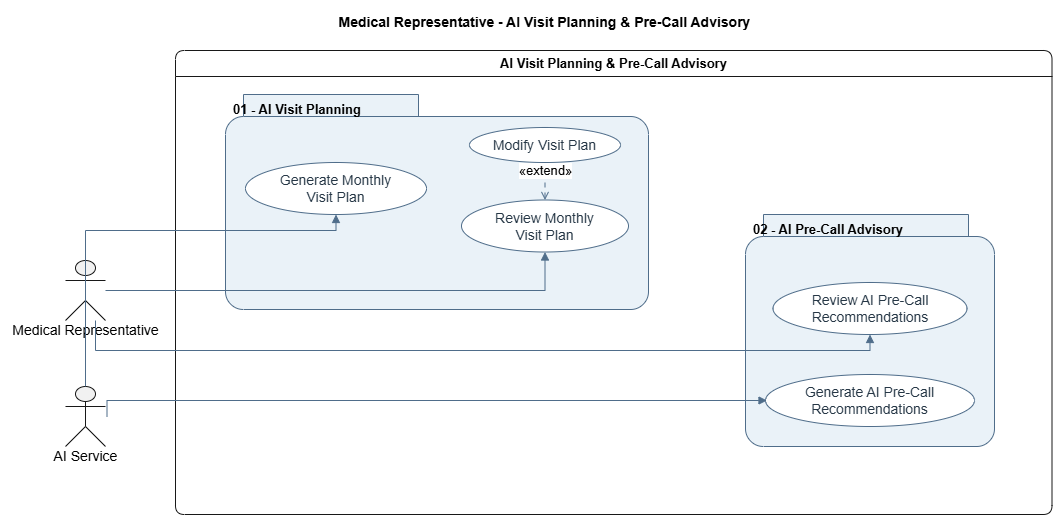
Above: AI-Visit-Planning&Pre-Call-Advisory.png in Graduation-Project-Norway/Documentations (draw.io), before the change. Source tidied: cells renumbered, new cells last; positions are measured from the earlier drawing's top-left corner, leaving out a move shared by most shapes.
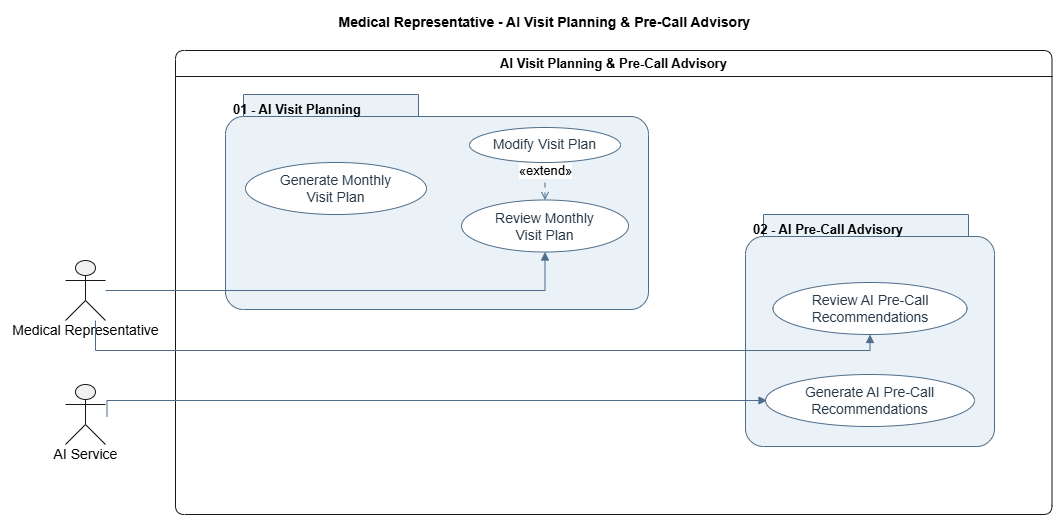
After the change.

Change to the diagram source:
```diff
@@ -48,7 +48,7 @@
       <mxGeometry x="-65.5" y="62" width="171" height="17" as="geometry" />
     </mxCell>
     <mxCell id="15" style="shape=umlActor;html=1;fillColor=#F1F1F1;strokeColor=#181818;fontColor=#000000;fontSize=14;rounded=1;arcSize=18;absoluteArcSize=1;shadow=0;fontFamily=Arial;" parent="2" vertex="1">
-      <mxGeometry x="40" y="412" width="40" height="60" as="geometry" />
+      <mxGeometry x="40" y="410" width="40" height="60" as="geometry" />
     </mxCell>
     <mxCell id="16" value="AI Service" style="text;html=1;align=center;verticalAlign=middle;spacingBottom=1;fontColor=#000000;fontSize=14;fontFamily=Arial;" parent="15" vertex="1">
       <mxGeometry x="-19.5" y="62" width="79" height="17" as="geometry" />
@@ -64,14 +64,6 @@
         </Array>
       </mxGeometry>
     </mxCell>
-    <mxCell id="19" style="endArrow=block;endFill=1;strokeColor=#4F6D8A;fontColor=#000000;fontSize=13;edgeStyle=orthogonalEdgeStyle;rounded=0;html=1;fontFamily=Arial;curved=0;endSize=6;sourcePerimeterSpacing=0;targetPerimeterSpacing=0;" parent="2" edge="1" source="15" target="5">
-      <mxGeometry relative="1" as="geometry">
-        <Array as="points">
-          <mxPoint x="60" y="256" />
-          <mxPoint x="310.5" y="256" />
-        </Array>
-      </mxGeometry>
-    </mxCell>
     <mxCell id="20" value="Medical Representative - AI Visit Planning &amp;amp; Pre-Call Advisory" style="text;html=1;fillColor=none;strokeColor=none;fontSize=14;fontStyle=1;fontColor=#000000;align=center;verticalAlign=middle;whiteSpace=wrap;fontFamily=Arial;" parent="2" vertex="1">
       <mxGeometry x="287.8" y="36" width="463" height="24" as="geometry" />
     </mxCell>
```
